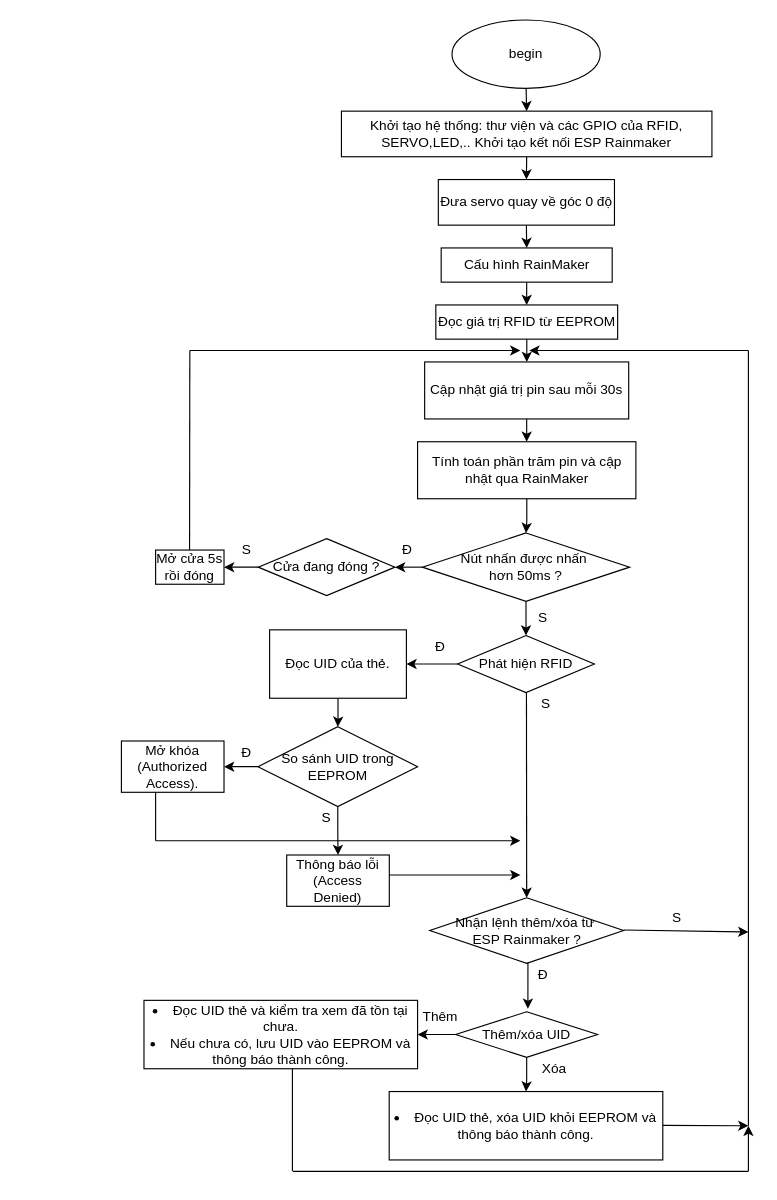
The draw.io diagram page "Khóa cửa thông minh" (2 of 3) of home.drawio in 106210049/Smart-home, before the edit. Source tidied: cells renumbered, new cells numbered last; positions are measured from the earlier drawing's top-left corner, leaving out a move shared by most shapes. Both pictures are drawn from the tidied source at 114%, with x=0, y=0 at pixel (121, 19).
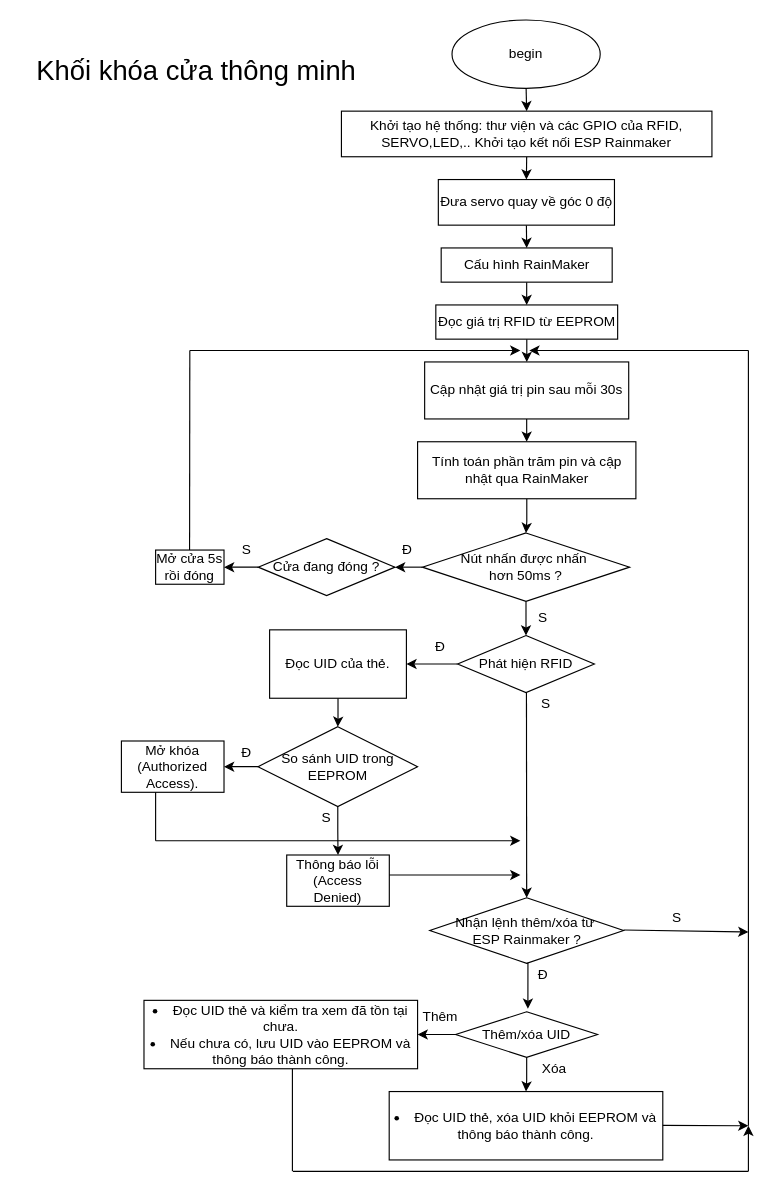
After the change.

Diff of the diagram source:
```diff
@@
+    <mxCell id="62" value="&lt;font style=&quot;font-size: 24px;&quot;&gt;Khối khóa cửa thông minh&lt;/font&gt;" style="text;strokeColor=none;align=center;fillColor=none;html=1;verticalAlign=middle;whiteSpace=wrap;rounded=0;" parent="1" vertex="1">
+      <mxGeometry x="-89.5" y="30" width="310" height="30" as="geometry" />
+    </mxCell>
```
